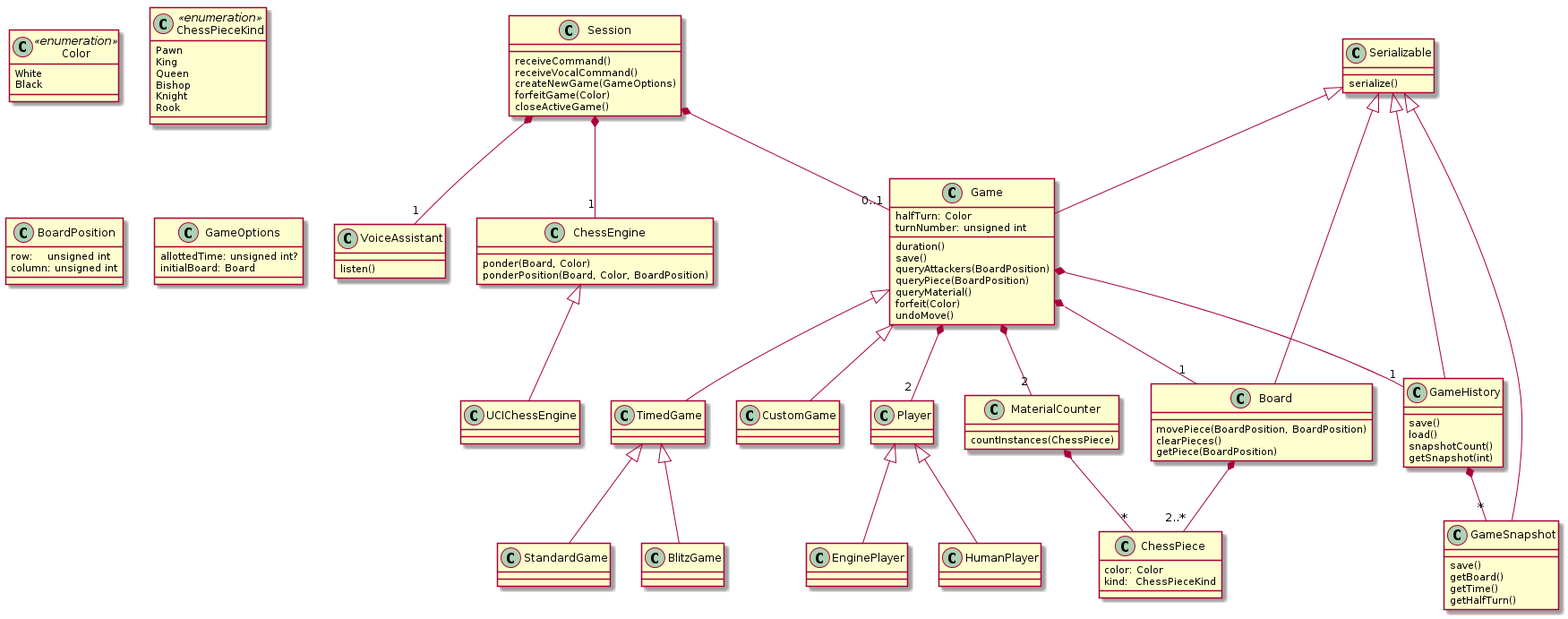
The PlantUML diagram class-diagram.png in tvanslyke/accessible-chess-class-diagram, before a commit.
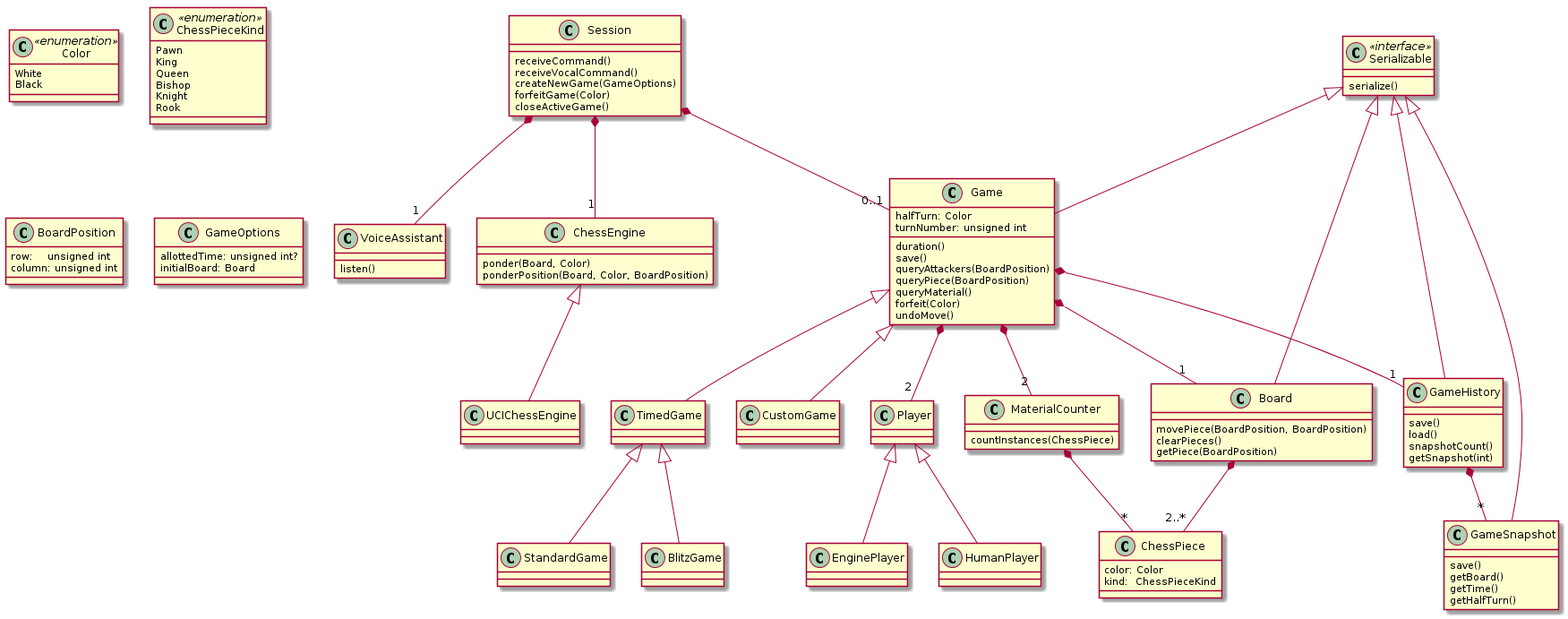
Later version of the same file.

Commit message:
Make serializable an interface

The edit, as a diff of the source:
```diff
@@ -114,7 +114,7 @@
 
 Game *-- "2" Player
 
-class Serializable {
+class Serializable <<interface>> {
 	serialize()
 }
 
```
